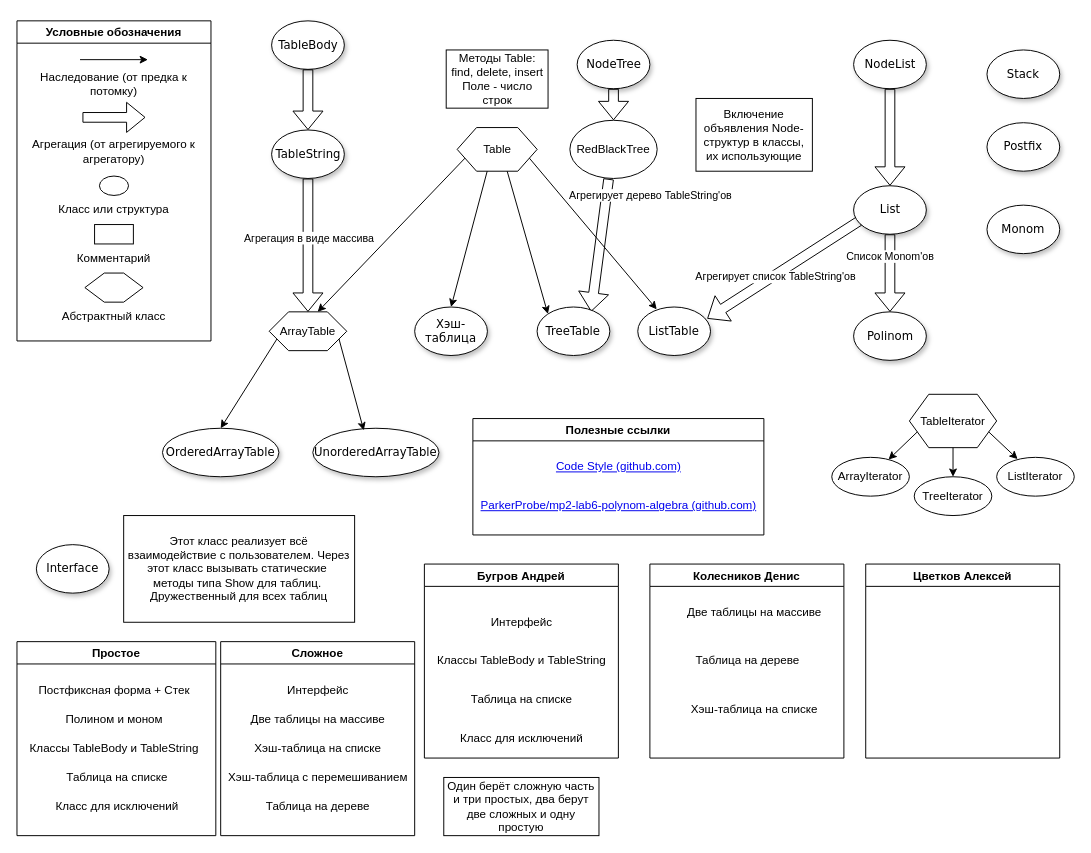
The draw.io diagram Class_Diagram.drawio in ParkerProbe/mp2-lab6-polynom-algebra, before the edit. Source tidied: cells renumbered, new cells numbered last; positions are measured from the earlier drawing's top-left corner, leaving out a move shared by most shapes. Both pictures are drawn from the tidied source at 97%, with x=0, y=0 at pixel (16, 20).
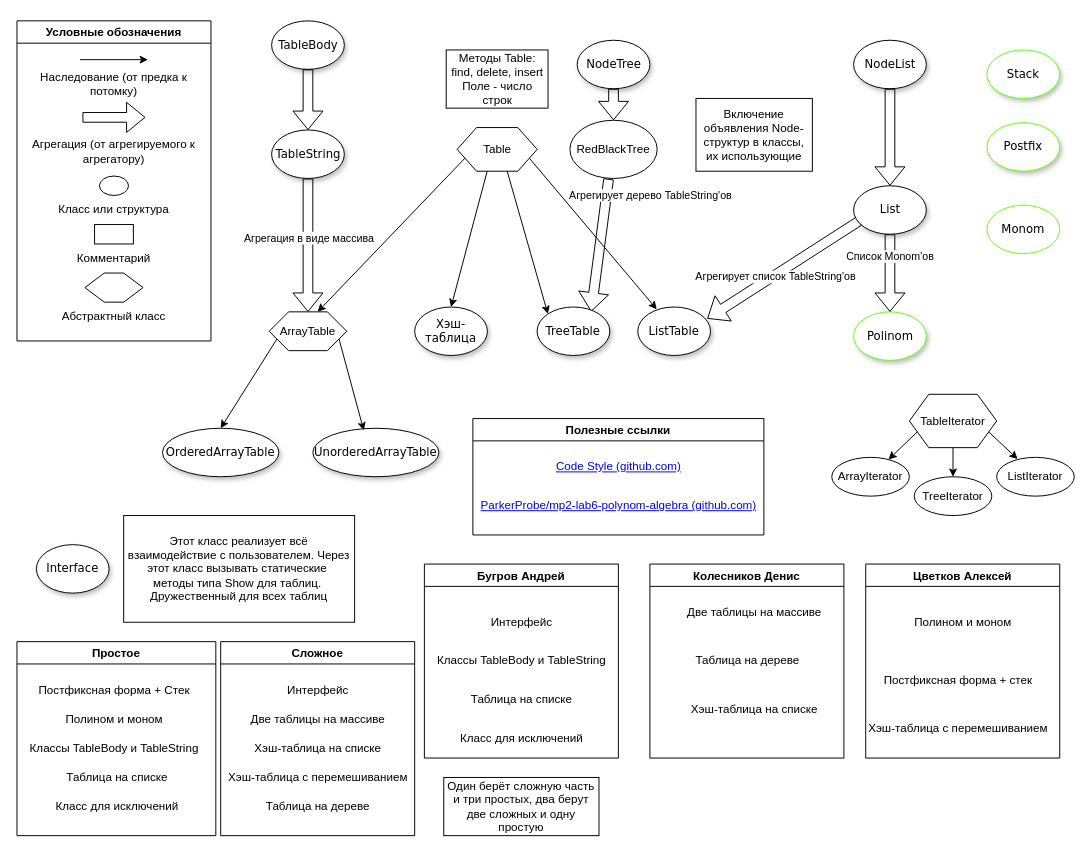
The same diagram, later.

The change refers to these unchanged cells:
```xml
<mxCell id="70" value="Цветков Алексей" style="swimlane;" parent="1" vertex="1">
  <mxGeometry x="875" y="560" width="200" height="200" as="geometry" />
</mxCell>
```

What changed in the source:
```diff
@@
-    <mxCell id="2" value="Stack" style="ellipse;whiteSpace=wrap;html=1;rounded=0;shadow=1;comic=0;labelBackgroundColor=none;strokeWidth=1;fontFamily=Verdana;fontSize=12;align=center;" parent="1" vertex="1">
+    <mxCell id="2" value="Stack" style="ellipse;whiteSpace=wrap;html=1;rounded=0;shadow=1;comic=0;labelBackgroundColor=none;strokeWidth=1;fontFamily=Verdana;fontSize=12;align=center;strokeColor=#5FFF0F;" parent="1" vertex="1">
       <mxGeometry x="1000" y="30" width="75" height="50" as="geometry" />
     </mxCell>
-    <mxCell id="3" value="Postfix" style="ellipse;whiteSpace=wrap;html=1;rounded=0;shadow=1;comic=0;labelBackgroundColor=none;strokeWidth=1;fontFamily=Verdana;fontSize=12;align=center;" parent="1" vertex="1">
+    <mxCell id="3" value="Postfix" style="ellipse;whiteSpace=wrap;html=1;rounded=0;shadow=1;comic=0;labelBackgroundColor=none;strokeWidth=1;fontFamily=Verdana;fontSize=12;align=center;strokeColor=#64FF0A;" parent="1" vertex="1">
       <mxGeometry x="1000" y="105" width="75" height="50" as="geometry" />
     </mxCell>
@@
-    <mxCell id="27" value="Polinom" style="ellipse;whiteSpace=wrap;html=1;rounded=0;shadow=1;comic=0;labelBackgroundColor=none;strokeWidth=1;fontFamily=Verdana;fontSize=12;align=center;" parent="1" vertex="1">
+    <mxCell id="27" value="Polinom" style="ellipse;whiteSpace=wrap;html=1;rounded=0;shadow=1;comic=0;labelBackgroundColor=none;strokeWidth=1;fontFamily=Verdana;fontSize=12;align=center;strokeColor=#61FF12;" parent="1" vertex="1">
       <mxGeometry x="862.5" y="300" width="75" height="50" as="geometry" />
     </mxCell>
@@
-    <mxCell id="30" value="Monom" style="ellipse;whiteSpace=wrap;html=1;rounded=0;shadow=1;comic=0;labelBackgroundColor=none;strokeWidth=1;fontFamily=Verdana;fontSize=12;align=center;" parent="1" vertex="1">
+    <mxCell id="30" value="Monom" style="ellipse;whiteSpace=wrap;html=1;rounded=0;shadow=0;comic=0;labelBackgroundColor=none;strokeWidth=1;fontFamily=Verdana;fontSize=12;align=center;strokeColor=#62FF08;" parent="1" vertex="1">
       <mxGeometry x="1000" y="190" width="75" height="50" as="geometry" />
     </mxCell>
@@
+    <mxCell id="84" value="Полином и моном" style="text;html=1;align=center;verticalAlign=middle;strokeColor=none;fillColor=none;" parent="70" vertex="1">
+      <mxGeometry x="40" y="50" width="120" height="20" as="geometry" />
+    </mxCell>
@@
+    <mxCell id="85" value="Постфиксная форма + стек&lt;br&gt;" style="text;html=1;align=center;verticalAlign=middle;strokeColor=none;fillColor=none;" parent="1" vertex="1">
+      <mxGeometry x="885" y="670" width="170" height="20" as="geometry" />
+    </mxCell>
+    <mxCell id="86" value="Хэш-таблица с перемешиванием&lt;br&gt;" style="text;html=1;align=center;verticalAlign=middle;strokeColor=none;fillColor=none;" parent="1" vertex="1">
+      <mxGeometry x="870" y="720" width="200" height="20" as="geometry" />
+    </mxCell>
```
